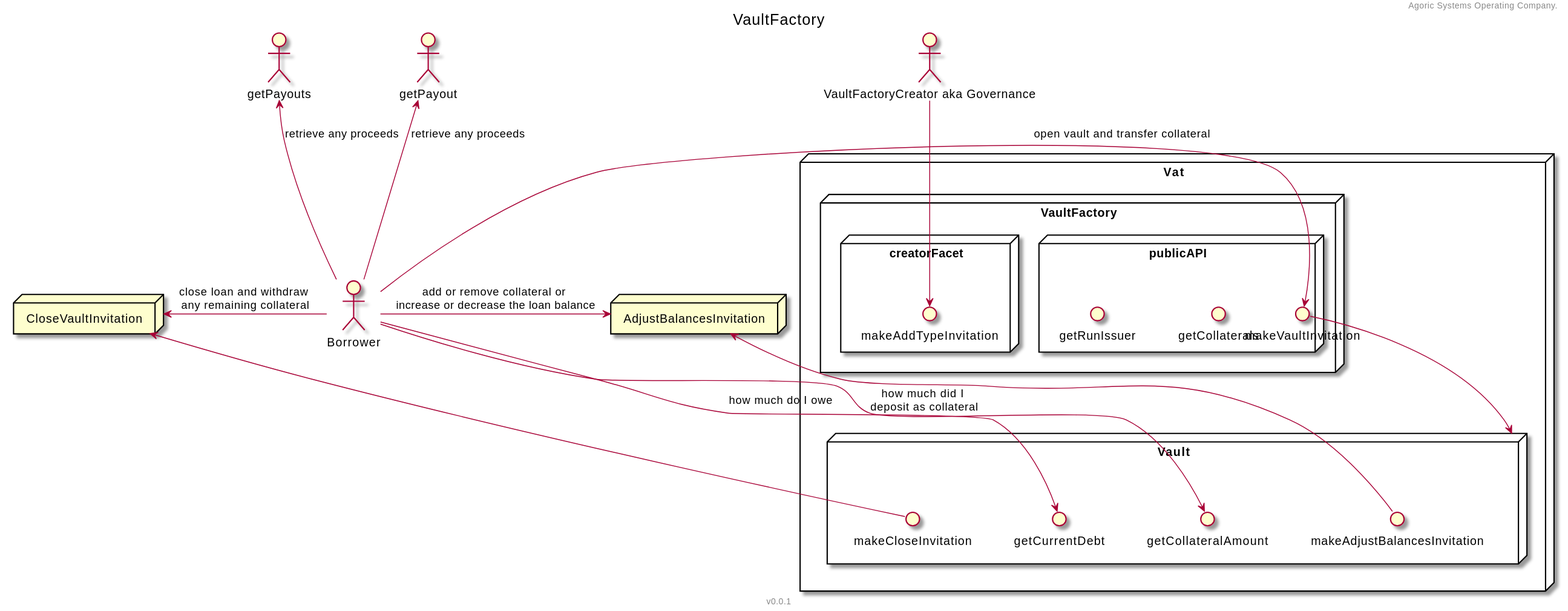
Agoric/agoric-sdk keeps this PlantUML diagram as docs/threat_models/vaultFactory/VaultFactory.svg. Above is the earlier version.
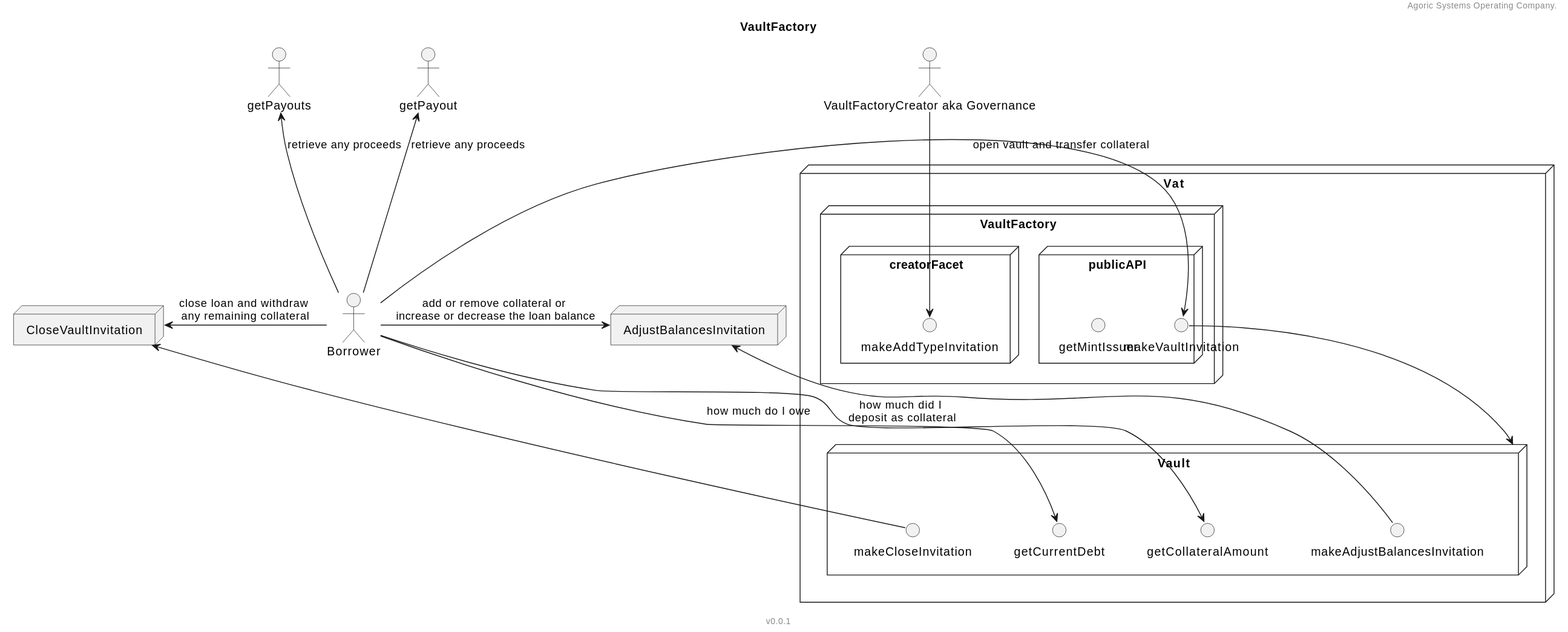
The same file after the commit.

Diff of the diagram source:
```diff
@@ -1,4 +1,4 @@
-@startuml VaultFactory
+@startuml
 header Agoric Systems Operating Company.
 footer v0.0.1
 title VaultFactory
@@ -17,9 +17,8 @@
 node "Vat" {
     node VaultFactory {
         node "publicAPI" {
-            circle getCollaterals
             circle makeVaultInvitation
-            circle getRunIssuer
+            circle getMintIssuer
         }
         node "creatorFacet" {
             circle makeAddTypeInvitation
@@ -43,5 +42,4 @@
 vfc -d-> makeAddTypeInvitation
 Borrower -d-> getCurrentDebt: how much do I owe
 Borrower -d-> getCollateralAmount: how much did I \ndeposit as collateral
-
 @enduml
```
